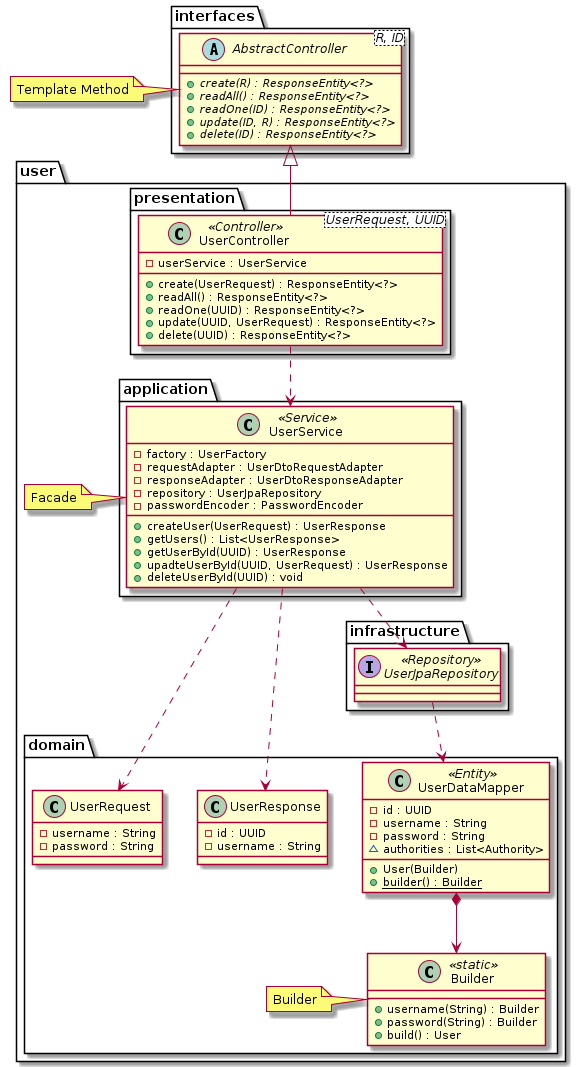
Earlier version of the PlantUML export uml/user.png (ads0070/daily-scheduler).
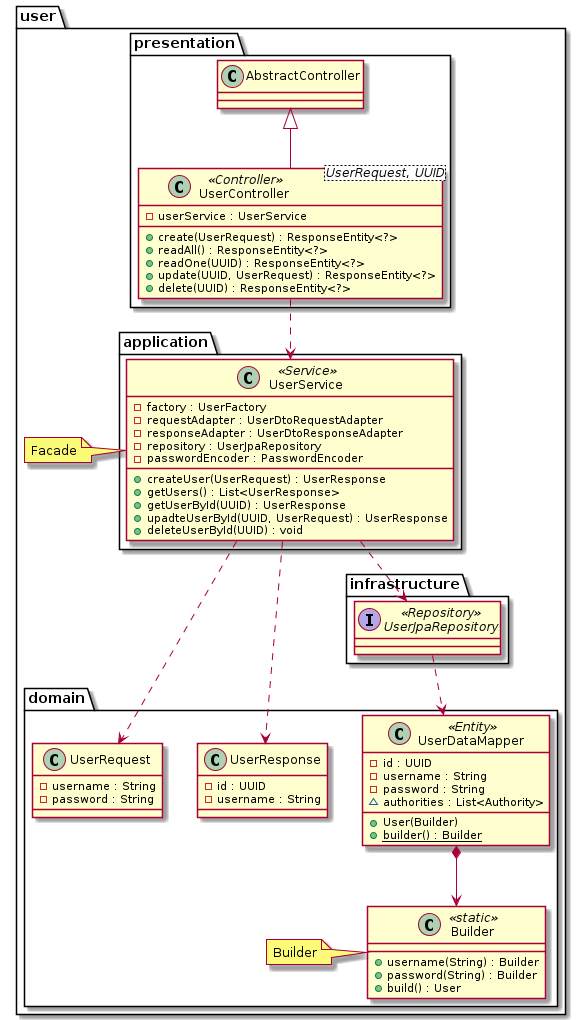
The same diagram one commit later.

Commit message:
fix(user): update state pattern

What changed in the source:
```diff
@@ -1,15 +1,4 @@
 @startuml
-
-package interfaces {
-  abstract class AbstractController<R, ID> {
-    {abstract} +create(R) : ResponseEntity<?>
-    {abstract} +readAll() : ResponseEntity<?>
-    {abstract} +readOne(ID) : ResponseEntity<?>
-    {abstract} +update(ID, R) : ResponseEntity<?>
-    {abstract} +delete(ID) : ResponseEntity<?>
-  }
-}
-note left: Template Method
 
 package user {
 
```
